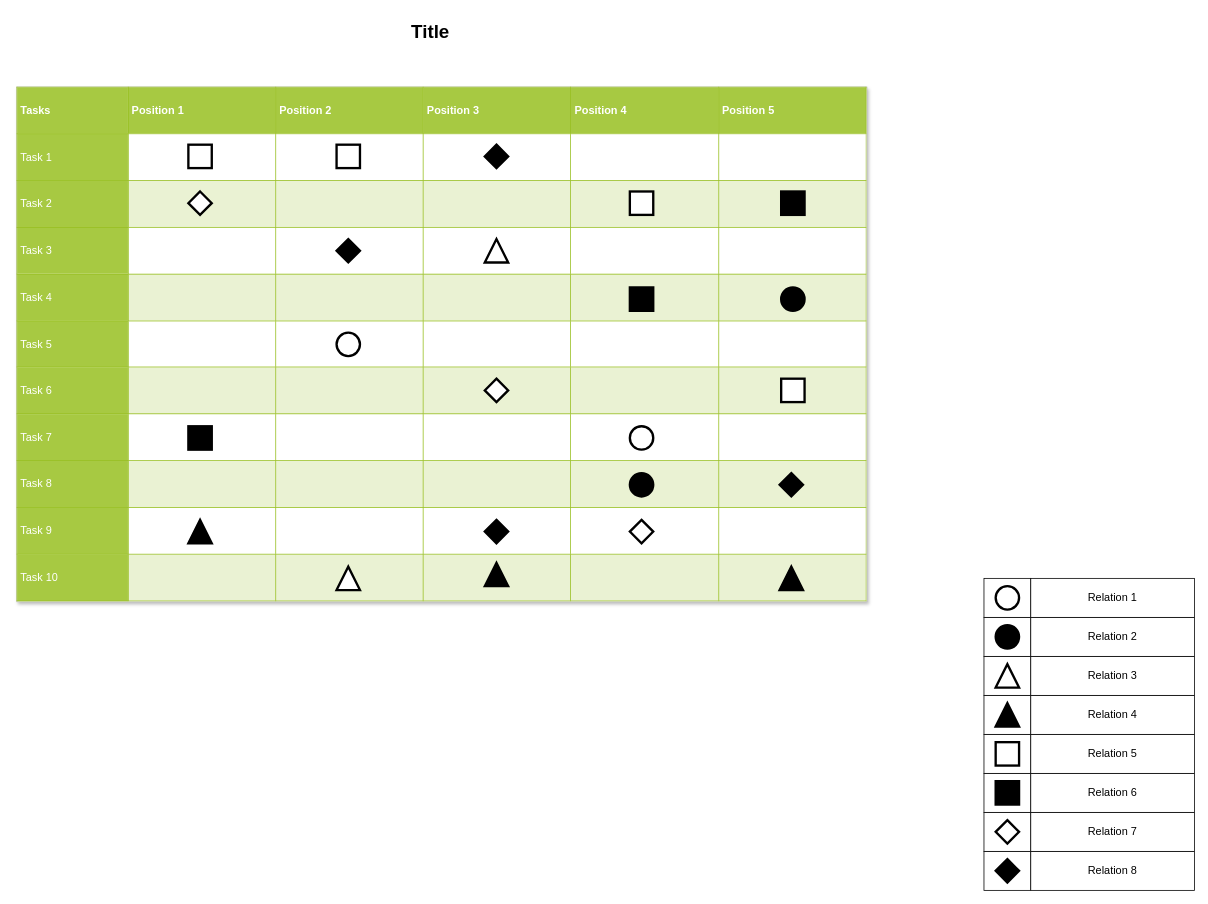
Earlier version of the draw.io diagram Untitled Diagram.drawio (chinli-jql/Data-Analytics). Source tidied: cells renumbered, new cells numbered last; positions are measured from the earlier drawing's top-left corner, leaving out a move shared by most shapes. Both pictures are drawn from the tidied source at 78%, with x=0, y=0 at pixel (16, 16).
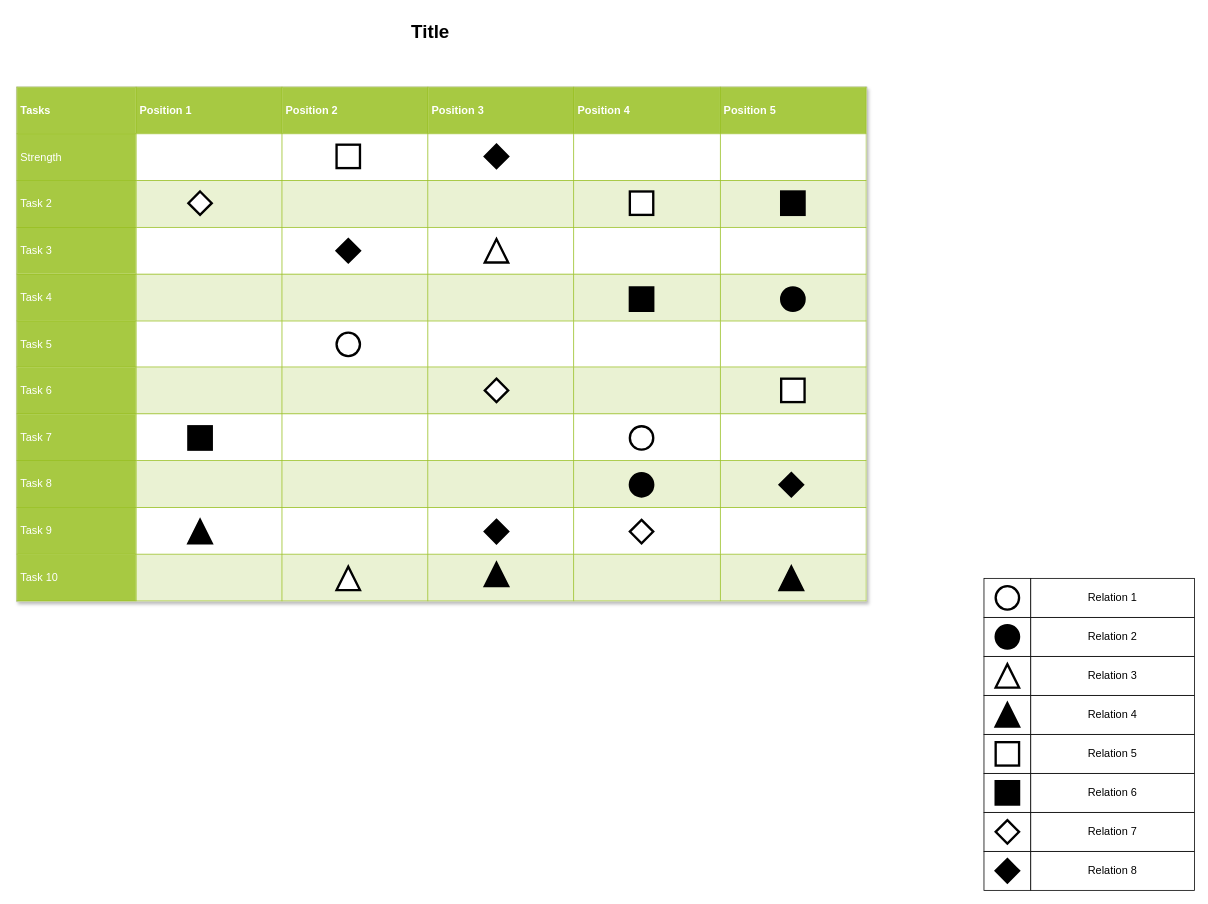
The same page after the edit.

Change to the diagram source:
```diff
@@
-    <mxCell id="19" value="&lt;table border=&quot;1&quot; width=&quot;100%&quot; cellpadding=&quot;4&quot; style=&quot;width: 100% ; height: 100% ; border-collapse: collapse&quot;&gt;&lt;tbody&gt;&lt;tr style=&quot;background-color: #a7c942 ; color: #ffffff ; border: 1px solid #98bf21&quot;&gt;&lt;th&gt;Tasks&lt;/th&gt;&lt;th&gt;Position 1&lt;/th&gt;&lt;th&gt;Position 2&lt;/th&gt;&lt;th&gt;Position 3&lt;/th&gt;&lt;th&gt;Position 4&lt;/th&gt;&lt;th&gt;Position 5&lt;/th&gt;&lt;/tr&gt;&lt;tr style=&quot;border: 1px solid #98bf21&quot;&gt;&lt;td style=&quot;background-color: #a7c942 ; color: #ffffff ; border: 1px solid #98bf21&quot;&gt;Task 1&lt;/td&gt;&lt;td&gt;&lt;/td&gt;&lt;td&gt;&lt;/td&gt;&lt;td&gt;&lt;br&gt;&lt;/td&gt;&lt;td&gt;&lt;br&gt;&lt;/td&gt;&lt;td&gt;&lt;br&gt;&lt;/td&gt;&lt;/tr&gt;&lt;tr style=&quot;background-color: #eaf2d3 ; border: 1px solid #98bf21&quot;&gt;&lt;td style=&quot;background-color: #a7c942 ; color: #ffffff ; border: 1px solid #98bf21&quot;&gt;Task 2&lt;/td&gt;&lt;td&gt;&lt;/td&gt;&lt;td&gt;&lt;/td&gt;&lt;td&gt;&lt;br&gt;&lt;/td&gt;&lt;td&gt;&lt;br&gt;&lt;/td&gt;&lt;td&gt;&lt;br&gt;&lt;/td&gt;&lt;/tr&gt;&lt;tr style=&quot;border: 1px solid #98bf21&quot;&gt;&lt;td style=&quot;background-color: #a7c942 ; color: #ffffff ; border: 1px solid #98bf21&quot;&gt;Task 3&lt;/td&gt;&lt;td&gt;&lt;/td&gt;&lt;td&gt;&lt;/td&gt;&lt;td&gt;&lt;br&gt;&lt;/td&gt;&lt;td&gt;&lt;br&gt;&lt;/td&gt;&lt;td&gt;&lt;br&gt;&lt;/td&gt;&lt;/tr&gt;&lt;tr style=&quot;background-color: #eaf2d3 ; border: 1px solid #98bf21&quot;&gt;&lt;td style=&quot;background-color: #a7c942 ; color: #ffffff ; border: 1px solid #98bf21&quot;&gt;Task 4&lt;/td&gt;&lt;td&gt;&lt;/td&gt;&lt;td&gt;&lt;/td&gt;&lt;td&gt;&lt;br&gt;&lt;/td&gt;&lt;td&gt;&lt;br&gt;&lt;/td&gt;&lt;td&gt;&lt;br&gt;&lt;/td&gt;&lt;/tr&gt;&lt;tr style=&quot;border: 1px solid #98bf21&quot;&gt;&lt;td style=&quot;background-color: #a7c942 ; color: #ffffff ; border: 1px solid #98bf21&quot;&gt;Task 5&lt;br&gt;&lt;/td&gt;&lt;td&gt;&lt;br&gt;&lt;/td&gt;&lt;td&gt;&lt;br&gt;&lt;/td&gt;&lt;td&gt;&lt;br&gt;&lt;/td&gt;&lt;td&gt;&lt;br&gt;&lt;/td&gt;&lt;td&gt;&lt;br&gt;&lt;/td&gt;&lt;/tr&gt;&lt;tr style=&quot;background-color: #eaf2d3 ; border: 1px solid #98bf21&quot;&gt;&lt;td style=&quot;background-color: #a7c942 ; color: #ffffff ; border: 1px solid #98bf21&quot;&gt;Task 6&lt;br&gt;&lt;/td&gt;&lt;td&gt;&lt;br&gt;&lt;/td&gt;&lt;td&gt;&lt;br&gt;&lt;/td&gt;&lt;td&gt;&lt;br&gt;&lt;/td&gt;&lt;td&gt;&lt;br&gt;&lt;/td&gt;&lt;td&gt;&lt;br&gt;&lt;/td&gt;&lt;/tr&gt;&lt;tr style=&quot;border: 1px solid #98bf21&quot;&gt;&lt;td style=&quot;background-color: #a7c942 ; color: #ffffff ; border: 1px solid #98bf21&quot;&gt;Task 7&lt;br&gt;&lt;/td&gt;&lt;td&gt;&lt;br&gt;&lt;/td&gt;&lt;td&gt;&lt;br&gt;&lt;/td&gt;&lt;td&gt;&lt;br&gt;&lt;/td&gt;&lt;td&gt;&lt;br&gt;&lt;/td&gt;&lt;td&gt;&lt;br&gt;&lt;/td&gt;&lt;/tr&gt;&lt;tr style=&quot;background-color: #eaf2d3 ; border: 1px solid #98bf21&quot;&gt;&lt;td style=&quot;background-color: #a7c942 ; color: #ffffff ; border: 1px solid #98bf21&quot;&gt;Task 8&lt;br&gt;&lt;/td&gt;&lt;td&gt;&lt;br&gt;&lt;/td&gt;&lt;td&gt;&lt;br&gt;&lt;/td&gt;&lt;td&gt;&lt;br&gt;&lt;/td&gt;&lt;td&gt;&lt;br&gt;&lt;/td&gt;&lt;td&gt;&lt;br&gt;&lt;/td&gt;&lt;/tr&gt;&lt;tr style=&quot;border: 1px solid #98bf21&quot;&gt;&lt;td style=&quot;background-color: #a7c942 ; color: #ffffff ; border: 1px solid #98bf21&quot;&gt;Task 9&lt;br&gt;&lt;/td&gt;&lt;td&gt;&lt;br&gt;&lt;/td&gt;&lt;td&gt;&lt;br&gt;&lt;/td&gt;&lt;td&gt;&lt;br&gt;&lt;/td&gt;&lt;td&gt;&lt;br&gt;&lt;/td&gt;&lt;td&gt;&lt;br&gt;&lt;/td&gt;&lt;/tr&gt;&lt;tr style=&quot;background-color: #eaf2d3 ; border: 1px solid #98bf21&quot;&gt;&lt;td style=&quot;background-color: #a7c942 ; color: #ffffff ; border: 1px solid #98bf21&quot;&gt;Task 10&lt;br&gt;&lt;/td&gt;&lt;td&gt;&lt;br&gt;&lt;/td&gt;&lt;td&gt;&lt;br&gt;&lt;/td&gt;&lt;td&gt;&lt;br&gt;&lt;/td&gt;&lt;td&gt;&lt;br&gt;&lt;/td&gt;&lt;td&gt;&lt;br&gt;&lt;/td&gt;&lt;/tr&gt;&lt;/tbody&gt;&lt;/table&gt;" style="text;html=1;strokeColor=#c0c0c0;fillColor=#ffffff;overflow=fill;rounded=0;shadow=1;fontSize=14;fontColor=#000000;" parent="1" vertex="1">
+    <mxCell id="19" value="&lt;table border=&quot;1&quot; width=&quot;100%&quot; cellpadding=&quot;4&quot; style=&quot;width: 100% ; height: 100% ; border-collapse: collapse&quot;&gt;&lt;tbody&gt;&lt;tr style=&quot;background-color: #a7c942 ; color: #ffffff ; border: 1px solid #98bf21&quot;&gt;&lt;th&gt;Tasks&lt;/th&gt;&lt;th&gt;Position 1&lt;/th&gt;&lt;th&gt;Position 2&lt;/th&gt;&lt;th&gt;Position 3&lt;/th&gt;&lt;th&gt;Position 4&lt;/th&gt;&lt;th&gt;Position 5&lt;/th&gt;&lt;/tr&gt;&lt;tr style=&quot;border: 1px solid #98bf21&quot;&gt;&lt;td style=&quot;background-color: #a7c942 ; color: #ffffff ; border: 1px solid #98bf21&quot;&gt;Strength&lt;/td&gt;&lt;td&gt;&lt;/td&gt;&lt;td&gt;&lt;/td&gt;&lt;td&gt;&lt;br&gt;&lt;/td&gt;&lt;td&gt;&lt;br&gt;&lt;/td&gt;&lt;td&gt;&lt;br&gt;&lt;/td&gt;&lt;/tr&gt;&lt;tr style=&quot;background-color: #eaf2d3 ; border: 1px solid #98bf21&quot;&gt;&lt;td style=&quot;background-color: #a7c942 ; color: #ffffff ; border: 1px solid #98bf21&quot;&gt;Task 2&lt;/td&gt;&lt;td&gt;&lt;/td&gt;&lt;td&gt;&lt;/td&gt;&lt;td&gt;&lt;br&gt;&lt;/td&gt;&lt;td&gt;&lt;br&gt;&lt;/td&gt;&lt;td&gt;&lt;br&gt;&lt;/td&gt;&lt;/tr&gt;&lt;tr style=&quot;border: 1px solid #98bf21&quot;&gt;&lt;td style=&quot;background-color: #a7c942 ; color: #ffffff ; border: 1px solid #98bf21&quot;&gt;Task 3&lt;/td&gt;&lt;td&gt;&lt;/td&gt;&lt;td&gt;&lt;/td&gt;&lt;td&gt;&lt;br&gt;&lt;/td&gt;&lt;td&gt;&lt;br&gt;&lt;/td&gt;&lt;td&gt;&lt;br&gt;&lt;/td&gt;&lt;/tr&gt;&lt;tr style=&quot;background-color: #eaf2d3 ; border: 1px solid #98bf21&quot;&gt;&lt;td style=&quot;background-color: #a7c942 ; color: #ffffff ; border: 1px solid #98bf21&quot;&gt;Task 4&lt;/td&gt;&lt;td&gt;&lt;/td&gt;&lt;td&gt;&lt;/td&gt;&lt;td&gt;&lt;br&gt;&lt;/td&gt;&lt;td&gt;&lt;br&gt;&lt;/td&gt;&lt;td&gt;&lt;br&gt;&lt;/td&gt;&lt;/tr&gt;&lt;tr style=&quot;border: 1px solid #98bf21&quot;&gt;&lt;td style=&quot;background-color: #a7c942 ; color: #ffffff ; border: 1px solid #98bf21&quot;&gt;Task 5&lt;br&gt;&lt;/td&gt;&lt;td&gt;&lt;br&gt;&lt;/td&gt;&lt;td&gt;&lt;br&gt;&lt;/td&gt;&lt;td&gt;&lt;br&gt;&lt;/td&gt;&lt;td&gt;&lt;br&gt;&lt;/td&gt;&lt;td&gt;&lt;br&gt;&lt;/td&gt;&lt;/tr&gt;&lt;tr style=&quot;background-color: #eaf2d3 ; border: 1px solid #98bf21&quot;&gt;&lt;td style=&quot;background-color: #a7c942 ; color: #ffffff ; border: 1px solid #98bf21&quot;&gt;Task 6&lt;br&gt;&lt;/td&gt;&lt;td&gt;&lt;br&gt;&lt;/td&gt;&lt;td&gt;&lt;br&gt;&lt;/td&gt;&lt;td&gt;&lt;br&gt;&lt;/td&gt;&lt;td&gt;&lt;br&gt;&lt;/td&gt;&lt;td&gt;&lt;br&gt;&lt;/td&gt;&lt;/tr&gt;&lt;tr style=&quot;border: 1px solid #98bf21&quot;&gt;&lt;td style=&quot;background-color: #a7c942 ; color: #ffffff ; border: 1px solid #98bf21&quot;&gt;Task 7&lt;br&gt;&lt;/td&gt;&lt;td&gt;&lt;br&gt;&lt;/td&gt;&lt;td&gt;&lt;br&gt;&lt;/td&gt;&lt;td&gt;&lt;br&gt;&lt;/td&gt;&lt;td&gt;&lt;br&gt;&lt;/td&gt;&lt;td&gt;&lt;br&gt;&lt;/td&gt;&lt;/tr&gt;&lt;tr style=&quot;background-color: #eaf2d3 ; border: 1px solid #98bf21&quot;&gt;&lt;td style=&quot;background-color: #a7c942 ; color: #ffffff ; border: 1px solid #98bf21&quot;&gt;Task 8&lt;br&gt;&lt;/td&gt;&lt;td&gt;&lt;br&gt;&lt;/td&gt;&lt;td&gt;&lt;br&gt;&lt;/td&gt;&lt;td&gt;&lt;br&gt;&lt;/td&gt;&lt;td&gt;&lt;br&gt;&lt;/td&gt;&lt;td&gt;&lt;br&gt;&lt;/td&gt;&lt;/tr&gt;&lt;tr style=&quot;border: 1px solid #98bf21&quot;&gt;&lt;td style=&quot;background-color: #a7c942 ; color: #ffffff ; border: 1px solid #98bf21&quot;&gt;Task 9&lt;br&gt;&lt;/td&gt;&lt;td&gt;&lt;br&gt;&lt;/td&gt;&lt;td&gt;&lt;br&gt;&lt;/td&gt;&lt;td&gt;&lt;br&gt;&lt;/td&gt;&lt;td&gt;&lt;br&gt;&lt;/td&gt;&lt;td&gt;&lt;br&gt;&lt;/td&gt;&lt;/tr&gt;&lt;tr style=&quot;background-color: #eaf2d3 ; border: 1px solid #98bf21&quot;&gt;&lt;td style=&quot;background-color: #a7c942 ; color: #ffffff ; border: 1px solid #98bf21&quot;&gt;Task 10&lt;br&gt;&lt;/td&gt;&lt;td&gt;&lt;br&gt;&lt;/td&gt;&lt;td&gt;&lt;br&gt;&lt;/td&gt;&lt;td&gt;&lt;br&gt;&lt;/td&gt;&lt;td&gt;&lt;br&gt;&lt;/td&gt;&lt;td&gt;&lt;br&gt;&lt;/td&gt;&lt;/tr&gt;&lt;/tbody&gt;&lt;/table&gt;" style="text;html=1;strokeColor=#c0c0c0;fillColor=#ffffff;overflow=fill;rounded=0;shadow=1;fontSize=14;fontColor=#000000;" parent="1" vertex="1">
       <mxGeometry y="90" width="1090" height="660" as="geometry" />
     </mxCell>
@@
-    <mxCell id="37" style="whiteSpace=wrap;html=1;rounded=0;shadow=0;strokeWidth=3;fontSize=14;" parent="1" vertex="1">
-      <mxGeometry x="220" y="164" width="30" height="30" as="geometry" />
-    </mxCell>
```
